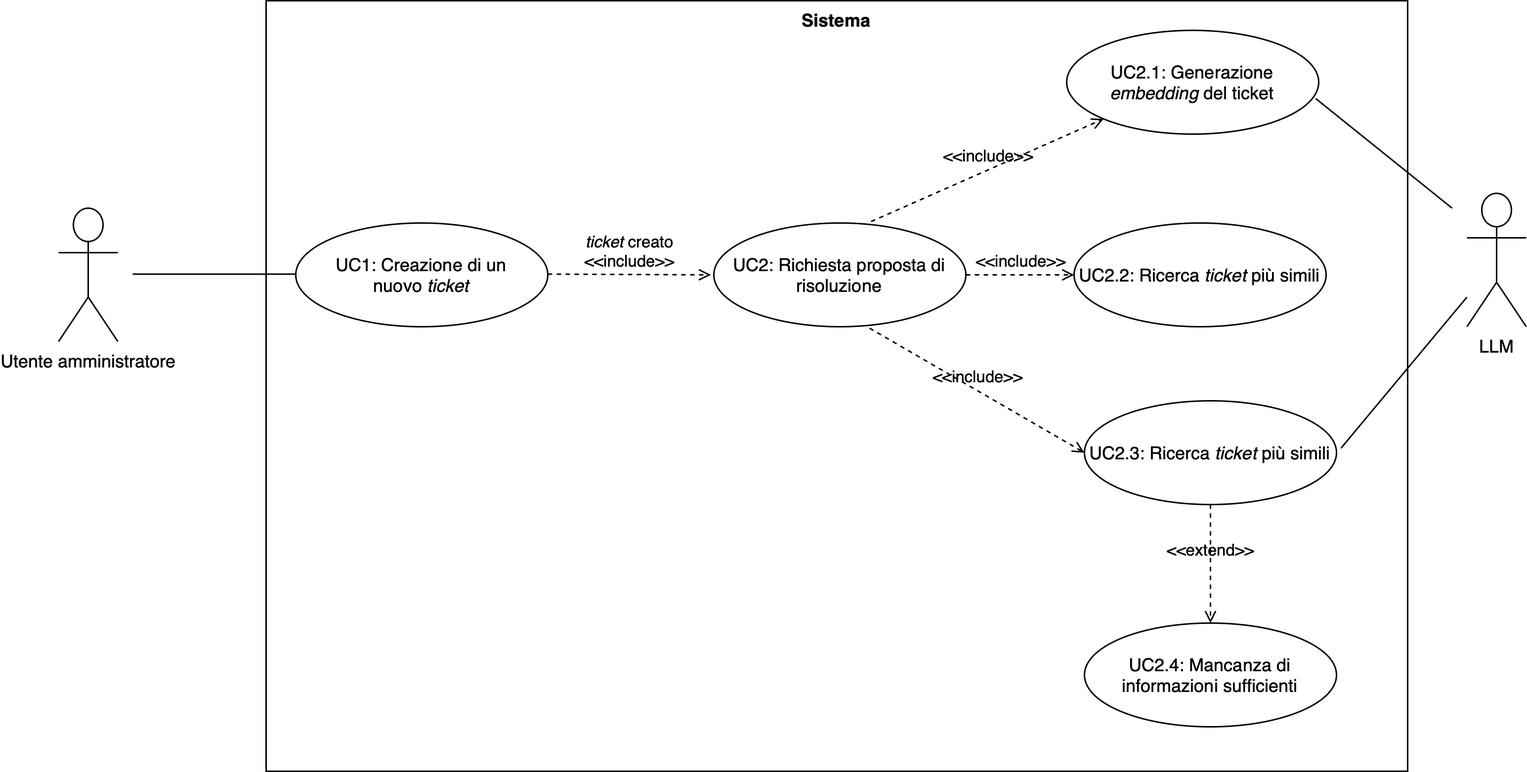
The draw.io diagram images/uc2.png in EndyXVIII/thesis-unipd, before a commit. Source tidied: cells renumbered, new cells last; positions are measured from the earlier drawing's top-left corner, leaving out a move shared by most shapes.
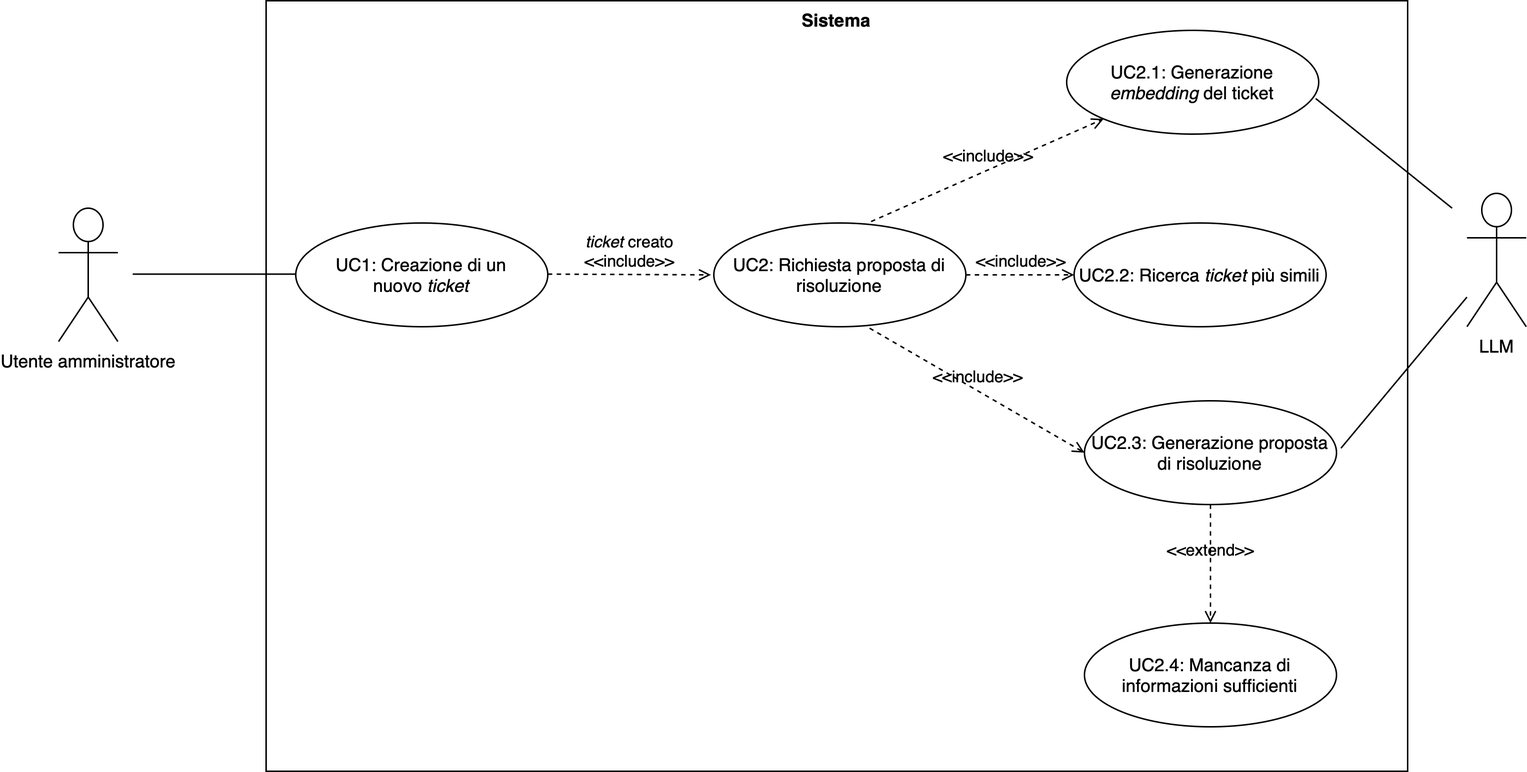
The same file after the commit.

Commit message:
fix: sistemate immagini e didascalie

The edit, as a diff of the source:
```diff
@@ -41,7 +41,7 @@
     <mxCell id="12" value="&amp;lt;&amp;lt;include&amp;gt;&amp;gt;" style="html=1;verticalAlign=bottom;labelBackgroundColor=none;endArrow=open;endFill=0;dashed=1;rounded=0;exitX=1;exitY=0.5;exitDx=0;exitDy=0;entryX=0;entryY=0.5;entryDx=0;entryDy=0;" parent="1" edge="1" source="7" target="11">
       <mxGeometry x="0.01" relative="1" as="geometry" />
     </mxCell>
-    <mxCell id="13" value="UC2.3: Ricerca &lt;i&gt;ticket&lt;/i&gt; più simili" style="ellipse;whiteSpace=wrap;html=1;" parent="1" vertex="1">
+    <mxCell id="13" value="UC2.3: Generazione proposta di risoluzione" style="ellipse;whiteSpace=wrap;html=1;" parent="1" vertex="1">
       <mxGeometry x="692" y="270" width="170" height="70" as="geometry" />
     </mxCell>
     <mxCell id="14" value="&amp;lt;&amp;lt;include&amp;gt;&amp;gt;" style="html=1;verticalAlign=bottom;labelBackgroundColor=none;endArrow=open;endFill=0;dashed=1;rounded=0;exitX=0.618;exitY=1.014;exitDx=0;exitDy=0;exitPerimeter=0;entryX=0;entryY=0.5;entryDx=0;entryDy=0;" parent="1" edge="1" source="7" target="13">
```
